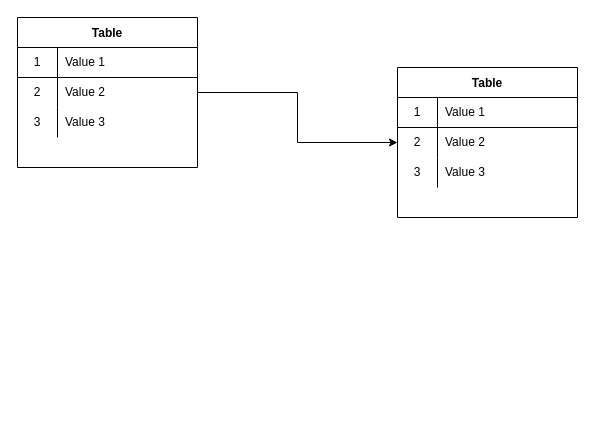
Above: test.drawio in Kunikichi-92k/rails_kiso_15- (draw.io), before the change. Source tidied: cells renumbered, new cells numbered last; positions are measured from the earlier drawing's top-left corner, leaving out a move shared by most shapes. Both pictures are drawn from the tidied source at 100%, with x=0, y=0 at pixel (17, 17).
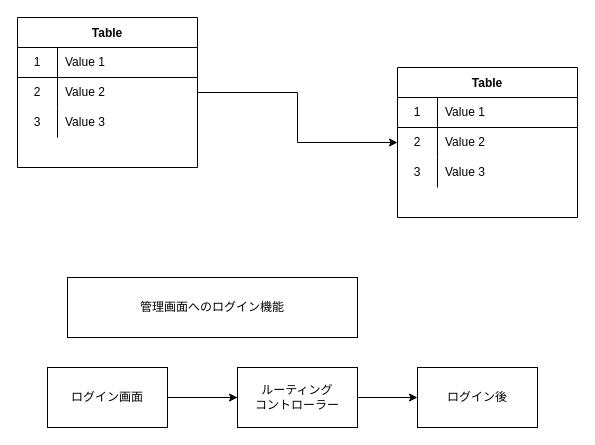
The same page after the edit.

The edit, as a diff of the source:
```diff
@@
+    <mxCell id="23" value="管理画面へのログイン機能" style="rounded=0;whiteSpace=wrap;html=1;" parent="1" vertex="1">
+      <mxGeometry x="50" y="260" width="290" height="60" as="geometry" />
+    </mxCell>
+    <mxCell id="24" style="edgeStyle=orthogonalEdgeStyle;rounded=0;jettySize=auto;html=1;startArrow=none;" parent="1" edge="1" source="28" target="27">
+      <mxGeometry relative="1" as="geometry" />
+    </mxCell>
+    <mxCell id="25" style="edgeStyle=orthogonalEdgeStyle;rounded=0;jettySize=auto;html=1;" parent="1" edge="1" source="26" target="28">
+      <mxGeometry relative="1" as="geometry" />
+    </mxCell>
+    <mxCell id="26" value="ログイン画面" style="rounded=0;whiteSpace=wrap;html=1;" parent="1" vertex="1">
+      <mxGeometry x="30" y="350" width="120" height="60" as="geometry" />
+    </mxCell>
+    <mxCell id="27" value="ログイン後" style="rounded=0;whiteSpace=wrap;html=1;" parent="1" vertex="1">
+      <mxGeometry x="400" y="350" width="120" height="60" as="geometry" />
+    </mxCell>
+    <mxCell id="28" value="ルーティング&lt;br&gt;コントローラー" style="rounded=0;whiteSpace=wrap;html=1;" parent="1" vertex="1">
+      <mxGeometry x="220" y="350" width="120" height="60" as="geometry" />
+    </mxCell>
+    <mxCell id="29" style="edgeStyle=orthogonalEdgeStyle;rounded=0;jettySize=auto;html=1;endArrow=none;" parent="1" edge="1" source="26" target="28">
+      <mxGeometry relative="1" as="geometry" />
+    </mxCell>
```
